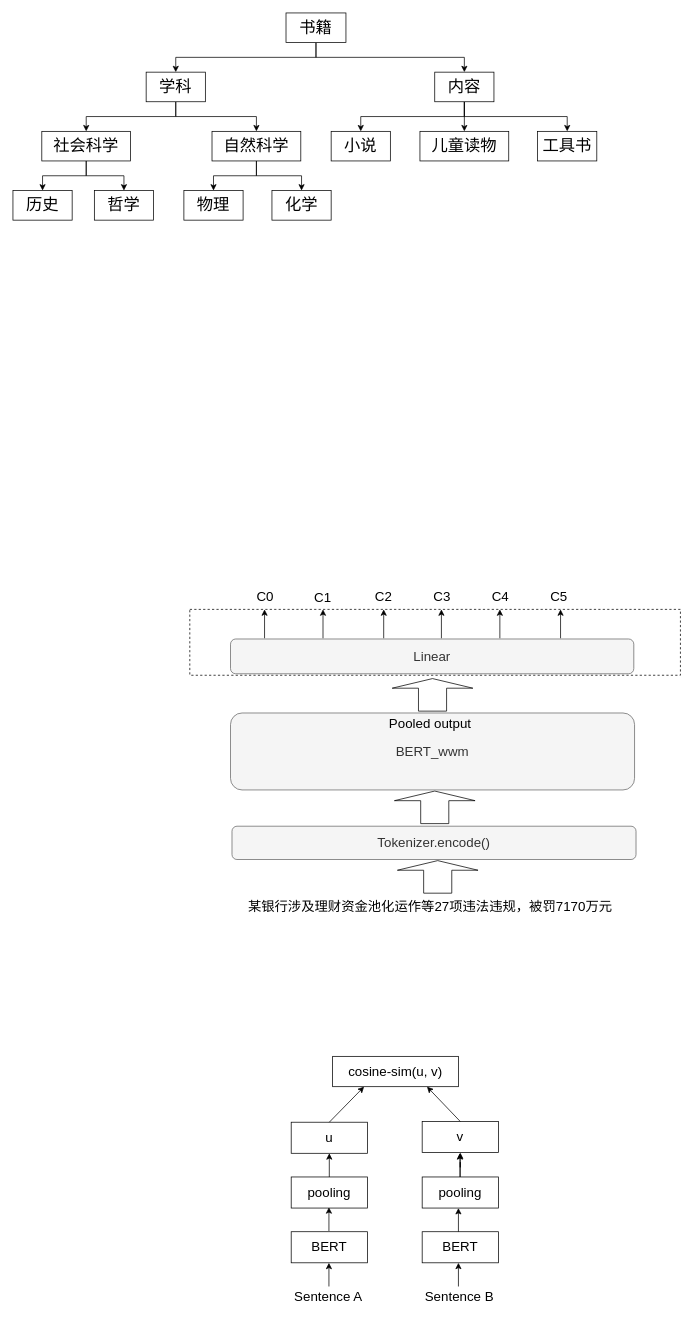
Above: patent-多角度多层级文本分类.drawio in CindyZX/drawio_figures (draw.io), before the change. Source tidied: cells renumbered, new cells numbered last; positions are measured from the earlier drawing's top-left corner, leaving out a move shared by most shapes. Both pictures are drawn from the tidied source at 74%, with x=0, y=0 at pixel (13, 13).
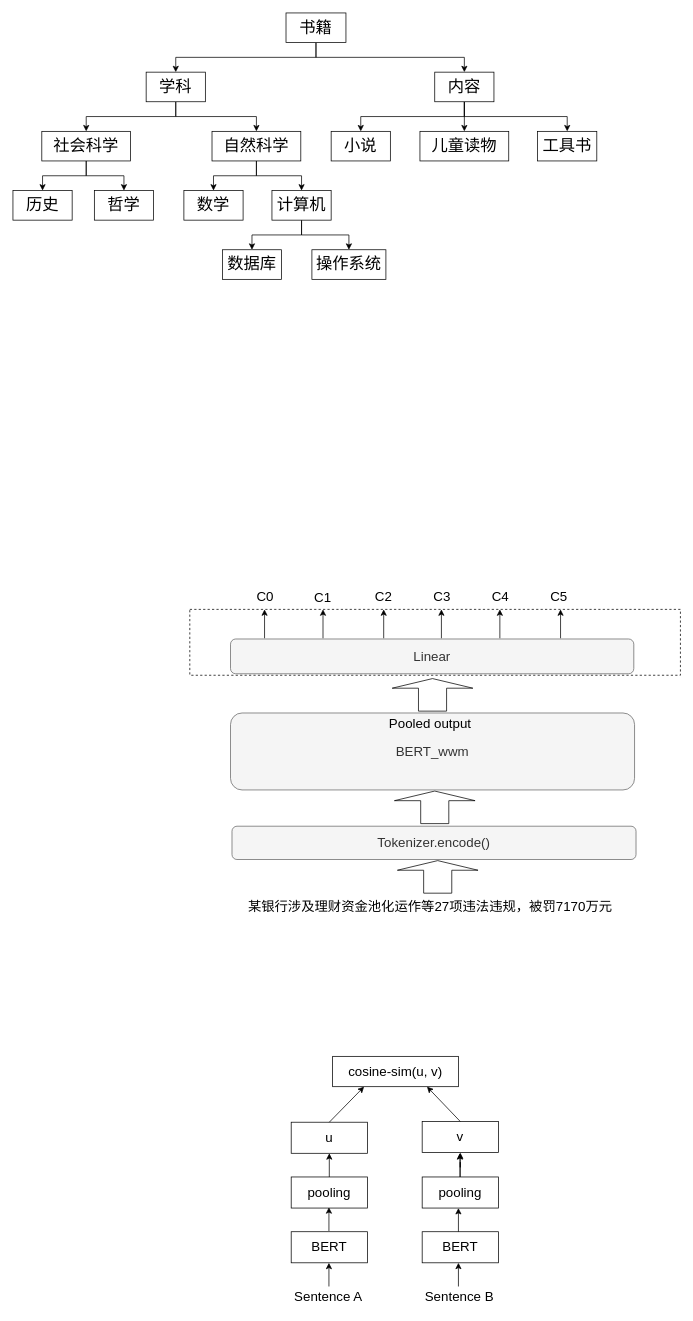
Above is the later version.

Commit message:
更新patent-多角度多层级文本分类.drawio

Diff of the diagram source:
```diff
@@
-    <mxCell id="63" value="&lt;font style=&quot;font-size: 22px;&quot;&gt;物理&lt;/font&gt;" style="rounded=0;whiteSpace=wrap;html=1;" parent="1" vertex="1">
+    <mxCell id="63" value="&lt;font style=&quot;font-size: 22px;&quot;&gt;数学&lt;/font&gt;" style="rounded=0;whiteSpace=wrap;html=1;" parent="1" vertex="1">
       <mxGeometry x="231" y="240" width="80" height="40" as="geometry" />
     </mxCell>
+    <mxCell id="65" style="edgeStyle=orthogonalEdgeStyle;rounded=0;jettySize=auto;html=1;exitX=0.5;exitY=1;exitDx=0;exitDy=0;entryX=0.5;entryY=0;entryDx=0;entryDy=0;" parent="1" edge="1" source="64" target="67">
+      <mxGeometry relative="1" as="geometry" />
+    </mxCell>
+    <mxCell id="66" style="edgeStyle=orthogonalEdgeStyle;rounded=0;jettySize=auto;html=1;exitX=0.5;exitY=1;exitDx=0;exitDy=0;entryX=0.5;entryY=0;entryDx=0;entryDy=0;" parent="1" edge="1" source="64" target="68">
+      <mxGeometry relative="1" as="geometry" />
+    </mxCell>
-    <mxCell id="64" value="&lt;font style=&quot;font-size: 22px;&quot;&gt;化学&lt;/font&gt;" style="rounded=0;whiteSpace=wrap;html=1;" parent="1" vertex="1">
+    <mxCell id="64" value="&lt;font style=&quot;font-size: 22px;&quot;&gt;计算机&lt;/font&gt;" style="rounded=0;whiteSpace=wrap;html=1;" parent="1" vertex="1">
       <mxGeometry x="350" y="240" width="80" height="40" as="geometry" />
     </mxCell>
+    <mxCell id="67" value="&lt;font style=&quot;font-size: 22px;&quot;&gt;数据库&lt;/font&gt;" style="rounded=0;whiteSpace=wrap;html=1;" parent="1" vertex="1">
+      <mxGeometry x="283" y="320" width="80" height="40" as="geometry" />
+    </mxCell>
+    <mxCell id="68" value="&lt;font style=&quot;font-size: 22px;&quot;&gt;操作系统&lt;/font&gt;" style="rounded=0;whiteSpace=wrap;html=1;" parent="1" vertex="1">
+      <mxGeometry x="404" y="320" width="100" height="40" as="geometry" />
+    </mxCell>
```
